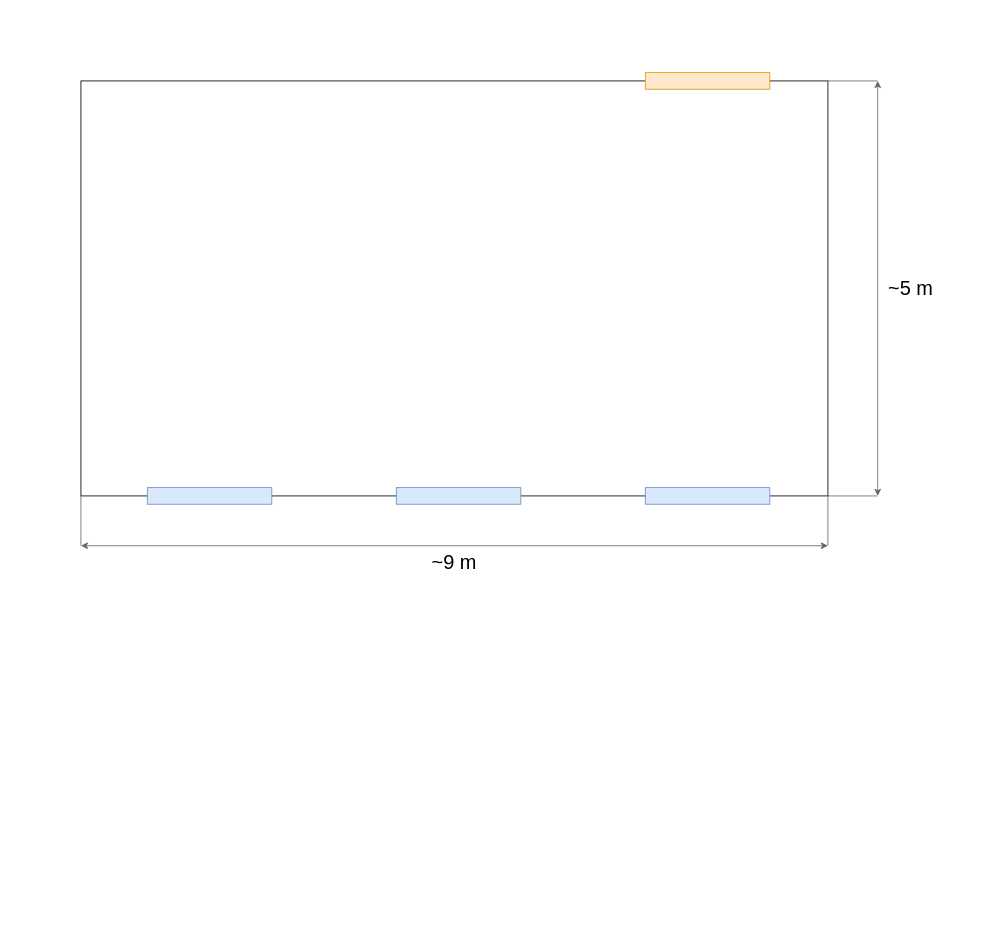
The draw.io diagram LogCentreNewLab26.drawio in SA-Inc/LogCentreAssets, before the edit. Source tidied: cells renumbered, new cells numbered last; positions are measured from the earlier drawing's top-left corner, leaving out a move shared by most shapes. Both pictures are drawn from the tidied source at 83%, with x=0, y=0 at pixel (81, 72).
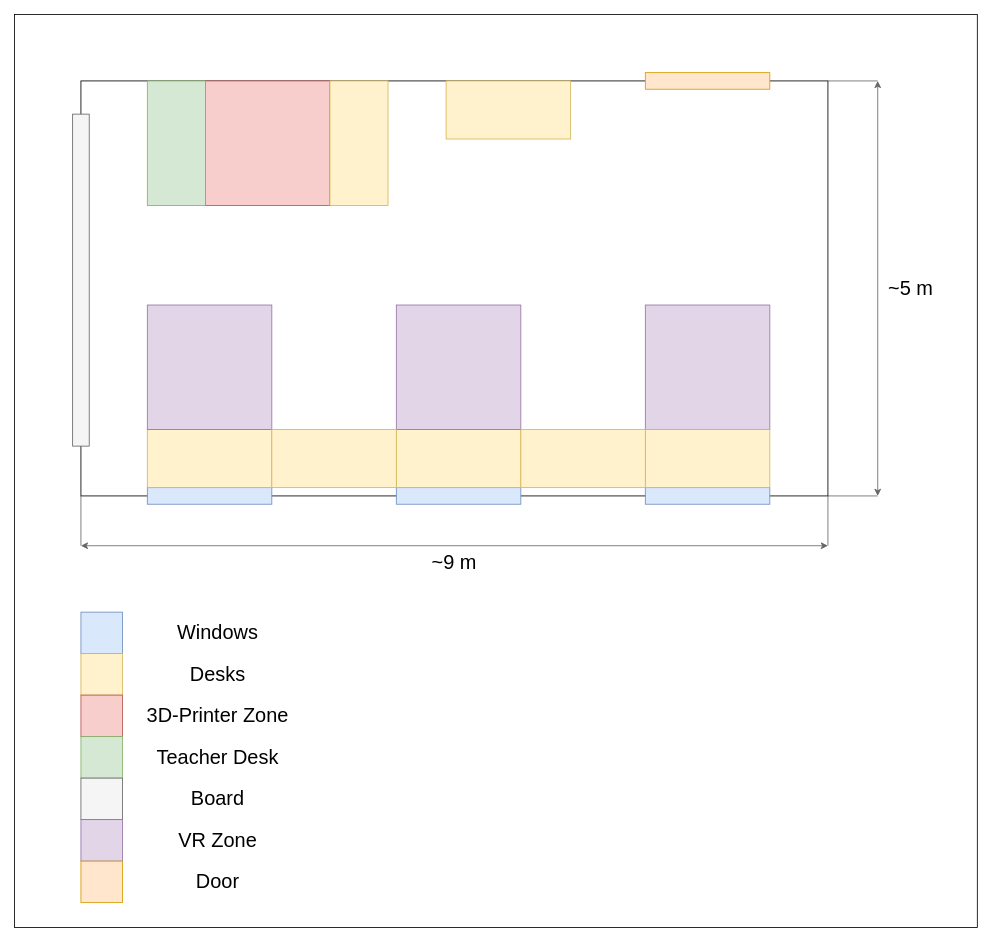
The same diagram, later.

Diff of the diagram source:
```diff
@@
+    <mxCell id="15" style="rounded=0;whiteSpace=wrap;html=1;" parent="1" vertex="1">
+      <mxGeometry x="-80" y="-70" width="1160" height="1100" as="geometry" />
+    </mxCell>
@@
+    <mxCell id="16" style="whiteSpace=wrap;html=1;fillColor=#f8cecc;strokeColor=#b85450;" parent="1" vertex="1">
+      <mxGeometry x="150" y="10" width="150" height="150" as="geometry" />
+    </mxCell>
+    <mxCell id="17" style="rounded=0;whiteSpace=wrap;html=1;fillColor=#d5e8d4;strokeColor=#82b366;" parent="1" vertex="1">
+      <mxGeometry x="80" y="10" width="70" height="150" as="geometry" />
+    </mxCell>
+    <mxCell id="18" style="whiteSpace=wrap;html=1;fillColor=#e1d5e7;strokeColor=#9673a6;" parent="1" vertex="1">
+      <mxGeometry x="680" y="280" width="150" height="150" as="geometry" />
+    </mxCell>
+    <mxCell id="19" style="rounded=0;whiteSpace=wrap;html=1;fillColor=#fff2cc;strokeColor=#d6b656;" parent="1" vertex="1">
+      <mxGeometry x="80" y="430" width="150" height="70" as="geometry" />
+    </mxCell>
+    <mxCell id="20" style="rounded=0;whiteSpace=wrap;html=1;fillColor=#fff2cc;strokeColor=#d6b656;" parent="1" vertex="1">
+      <mxGeometry x="380" y="430" width="150" height="70" as="geometry" />
+    </mxCell>
+    <mxCell id="21" style="rounded=0;whiteSpace=wrap;html=1;fillColor=#fff2cc;strokeColor=#d6b656;" parent="1" vertex="1">
+      <mxGeometry x="680" y="430" width="150" height="70" as="geometry" />
+    </mxCell>
+    <mxCell id="22" style="whiteSpace=wrap;html=1;fillColor=#e1d5e7;strokeColor=#9673a6;" parent="1" vertex="1">
+      <mxGeometry x="380" y="280" width="150" height="150" as="geometry" />
+    </mxCell>
+    <mxCell id="23" style="whiteSpace=wrap;html=1;fillColor=#e1d5e7;strokeColor=#9673a6;" parent="1" vertex="1">
+      <mxGeometry x="80" y="280" width="150" height="150" as="geometry" />
+    </mxCell>
+    <mxCell id="24" style="rounded=0;whiteSpace=wrap;html=1;fillColor=#fff2cc;strokeColor=#d6b656;" parent="1" vertex="1">
+      <mxGeometry x="230" y="430" width="150" height="70" as="geometry" />
+    </mxCell>
+    <mxCell id="25" style="rounded=0;whiteSpace=wrap;html=1;fillColor=#fff2cc;strokeColor=#d6b656;" parent="1" vertex="1">
+      <mxGeometry x="530" y="430" width="150" height="70" as="geometry" />
+    </mxCell>
+    <mxCell id="26" style="rounded=0;whiteSpace=wrap;html=1;fillColor=#fff2cc;strokeColor=#d6b656;direction=south;" parent="1" vertex="1">
+      <mxGeometry x="300" y="10" width="70" height="150" as="geometry" />
+    </mxCell>
+    <mxCell id="27" style="rounded=0;whiteSpace=wrap;html=1;fillColor=#fff2cc;strokeColor=#d6b656;" parent="1" vertex="1">
+      <mxGeometry x="440" y="10" width="150" height="70" as="geometry" />
+    </mxCell>
+    <mxCell id="28" style="whiteSpace=wrap;html=1;fillColor=#dae8fc;strokeColor=#6c8ebf;" parent="1" vertex="1">
+      <mxGeometry y="650" width="50" height="50" as="geometry" />
+    </mxCell>
+    <mxCell id="29" style="whiteSpace=wrap;html=1;fillColor=#fff2cc;strokeColor=#d6b656;" parent="1" vertex="1">
+      <mxGeometry y="700" width="50" height="50" as="geometry" />
+    </mxCell>
+    <mxCell id="30" style="whiteSpace=wrap;html=1;fillColor=#f8cecc;strokeColor=#b85450;" parent="1" vertex="1">
+      <mxGeometry y="750" width="50" height="50" as="geometry" />
+    </mxCell>
+    <mxCell id="31" style="whiteSpace=wrap;html=1;fillColor=#d5e8d4;strokeColor=#82b366;" parent="1" vertex="1">
+      <mxGeometry y="800" width="50" height="50" as="geometry" />
+    </mxCell>
+    <mxCell id="32" style="whiteSpace=wrap;html=1;fillColor=#f5f5f5;strokeColor=#666666;fontColor=#333333;" parent="1" vertex="1">
+      <mxGeometry y="850" width="50" height="50" as="geometry" />
+    </mxCell>
+    <mxCell id="33" style="whiteSpace=wrap;html=1;fillColor=#e1d5e7;strokeColor=#9673a6;" parent="1" vertex="1">
+      <mxGeometry y="900" width="50" height="50" as="geometry" />
+    </mxCell>
+    <mxCell id="34" value="&lt;font style=&quot;font-size: 24px ; font-weight: normal&quot;&gt;VR Zone&lt;/font&gt;" style="text;html=1;strokeColor=none;fillColor=none;align=center;verticalAlign=middle;whiteSpace=wrap;rounded=0;fontStyle=1;" parent="1" vertex="1">
+      <mxGeometry x="50" y="900" width="230" height="50" as="geometry" />
+    </mxCell>
+    <mxCell id="35" value="&lt;font style=&quot;font-size: 24px ; font-weight: normal&quot;&gt;Board&lt;/font&gt;" style="text;html=1;strokeColor=none;fillColor=none;align=center;verticalAlign=middle;whiteSpace=wrap;rounded=0;fontStyle=1;" parent="1" vertex="1">
+      <mxGeometry x="50" y="850" width="230" height="50" as="geometry" />
+    </mxCell>
+    <mxCell id="36" value="&lt;font style=&quot;font-size: 24px ; font-weight: normal&quot;&gt;Teacher Desk&lt;/font&gt;" style="text;html=1;strokeColor=none;fillColor=none;align=center;verticalAlign=middle;whiteSpace=wrap;rounded=0;fontStyle=1;" parent="1" vertex="1">
+      <mxGeometry x="50" y="800" width="230" height="50" as="geometry" />
+    </mxCell>
+    <mxCell id="37" value="&lt;font size=&quot;5&quot;&gt;&lt;span style=&quot;font-weight: normal&quot;&gt;3D-Printer Zone&lt;/span&gt;&lt;/font&gt;" style="text;html=1;strokeColor=none;fillColor=none;align=center;verticalAlign=middle;whiteSpace=wrap;rounded=0;fontStyle=1;" parent="1" vertex="1">
+      <mxGeometry x="50" y="750" width="230" height="50" as="geometry" />
+    </mxCell>
+    <mxCell id="38" value="&lt;font style=&quot;font-size: 24px ; font-weight: normal&quot;&gt;Windows&lt;/font&gt;" style="text;html=1;strokeColor=none;fillColor=none;align=center;verticalAlign=middle;whiteSpace=wrap;rounded=0;fontStyle=1;" parent="1" vertex="1">
+      <mxGeometry x="50" y="650" width="230" height="50" as="geometry" />
+    </mxCell>
+    <mxCell id="39" value="&lt;font style=&quot;font-size: 24px ; font-weight: normal&quot;&gt;Desks&lt;/font&gt;" style="text;html=1;strokeColor=none;fillColor=none;align=center;verticalAlign=middle;whiteSpace=wrap;rounded=0;fontStyle=1;" parent="1" vertex="1">
+      <mxGeometry x="50" y="700" width="230" height="50" as="geometry" />
+    </mxCell>
+    <mxCell id="40" style="rounded=0;whiteSpace=wrap;html=1;rotation=0;fillColor=#f5f5f5;strokeColor=#666666;direction=south;fontColor=#333333;" parent="1" vertex="1">
+      <mxGeometry x="-10" y="50" width="20" height="400" as="geometry" />
+    </mxCell>
+    <mxCell id="41" style="whiteSpace=wrap;html=1;fillColor=#ffe6cc;strokeColor=#d79b00;" parent="1" vertex="1">
+      <mxGeometry y="950" width="50" height="50" as="geometry" />
+    </mxCell>
+    <mxCell id="42" value="&lt;font style=&quot;font-size: 24px ; font-weight: normal&quot;&gt;Door&lt;/font&gt;" style="text;html=1;strokeColor=none;fillColor=none;align=center;verticalAlign=middle;whiteSpace=wrap;rounded=0;fontStyle=1;" parent="1" vertex="1">
+      <mxGeometry x="50" y="950" width="230" height="50" as="geometry" />
+    </mxCell>
```
